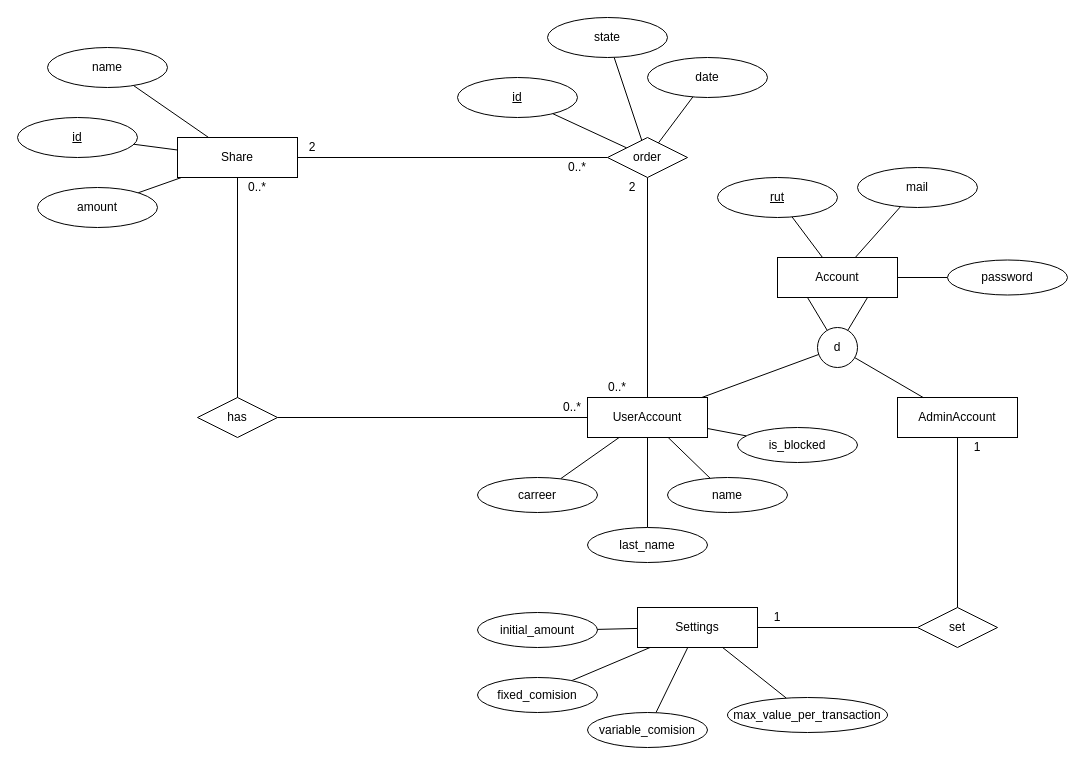
Above: Diagramas/MER.drawio in Michea1023/ucn_share_market (draw.io), before the change. Source tidied: cells renumbered, new cells numbered last; positions are measured from the earlier drawing's top-left corner, leaving out a move shared by most shapes. Both pictures are drawn from the tidied source at 100%, with x=0, y=0 at pixel (17, 17).
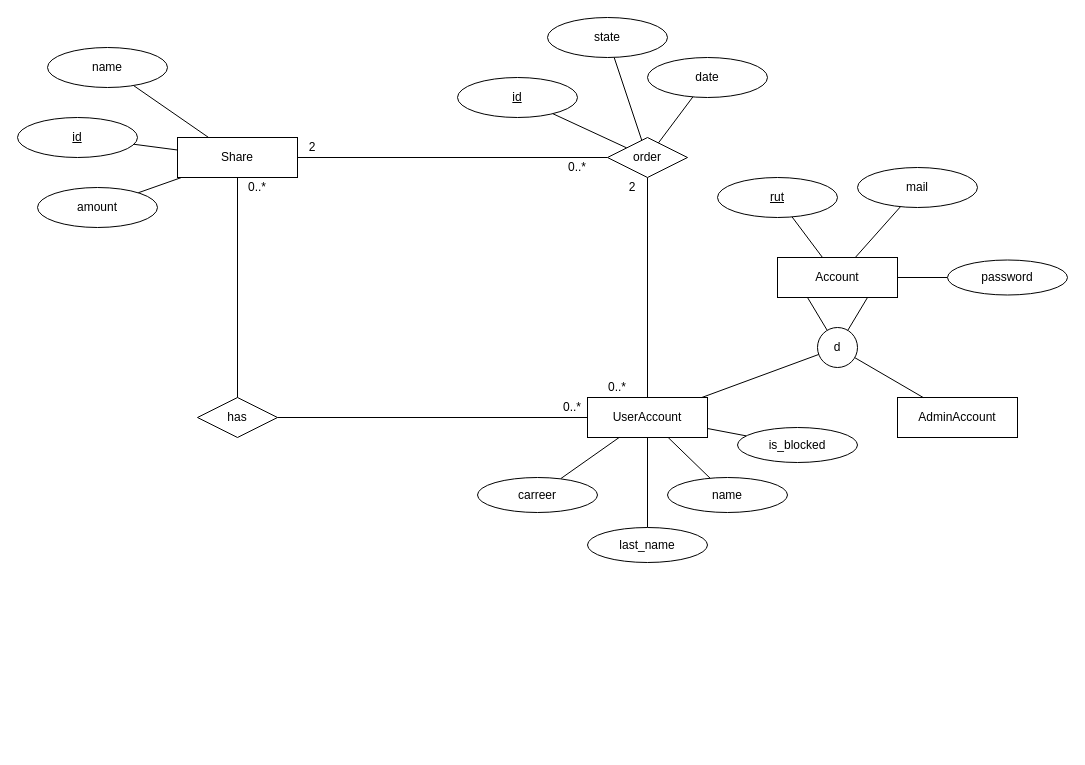
Above is the later version.

Commit message:
mer nuevo

The change refers to these unchanged cells:
```xml
<mxCell id="3" value="AdminAccount" style="rounded=0;whiteSpace=wrap;html=1;" parent="1" vertex="1">
  <mxGeometry x="880" y="380" width="120" height="40" as="geometry" />
</mxCell>
```

The edit, as a diff of the source:
```diff
@@
-    <mxCell id="32" style="edgeStyle=none;rounded=0;jettySize=auto;html=1;endArrow=none;endFill=0;" parent="1" edge="1" source="33" target="45">
-      <mxGeometry relative="1" as="geometry" />
-    </mxCell>
-    <mxCell id="33" value="Settings" style="rounded=0;whiteSpace=wrap;html=1;" parent="1" vertex="1">
-      <mxGeometry x="620" y="590" width="120" height="40" as="geometry" />
-    </mxCell>
-    <mxCell id="34" style="edgeStyle=none;rounded=0;jettySize=auto;html=1;endArrow=none;endFill=0;" parent="1" edge="1" source="35" target="33">
-      <mxGeometry relative="1" as="geometry" />
-    </mxCell>
-    <mxCell id="35" value="initial_amount" style="ellipse;whiteSpace=wrap;html=1;" parent="1" vertex="1">
-      <mxGeometry x="460" y="595" width="120" height="35" as="geometry" />
-    </mxCell>
-    <mxCell id="36" style="edgeStyle=none;rounded=0;jettySize=auto;html=1;endArrow=none;endFill=0;" parent="1" edge="1" source="37" target="33">
-      <mxGeometry relative="1" as="geometry" />
-    </mxCell>
-    <mxCell id="37" value="fixed_comision" style="ellipse;whiteSpace=wrap;html=1;" parent="1" vertex="1">
-      <mxGeometry x="460" y="660" width="120" height="35" as="geometry" />
-    </mxCell>
-    <mxCell id="38" style="edgeStyle=none;rounded=0;jettySize=auto;html=1;endArrow=none;endFill=0;" parent="1" edge="1" source="39" target="33">
-      <mxGeometry relative="1" as="geometry" />
-    </mxCell>
-    <mxCell id="39" value="variable_comision" style="ellipse;whiteSpace=wrap;html=1;" parent="1" vertex="1">
-      <mxGeometry x="570" y="695" width="120" height="35" as="geometry" />
-    </mxCell>
-    <mxCell id="40" style="edgeStyle=none;rounded=0;jettySize=auto;html=1;endArrow=none;endFill=0;" parent="1" edge="1" source="41" target="33">
-      <mxGeometry relative="1" as="geometry" />
-    </mxCell>
-    <mxCell id="41" value="max_value_per_transaction&lt;br&gt;" style="ellipse;whiteSpace=wrap;html=1;gradientColor=none;" parent="1" vertex="1">
-      <mxGeometry x="710" y="680" width="160" height="35" as="geometry" />
-    </mxCell>
@@
-    <mxCell id="44" style="edgeStyle=none;rounded=0;jettySize=auto;html=1;endArrow=none;endFill=0;" parent="1" edge="1" source="45" target="3">
-      <mxGeometry relative="1" as="geometry" />
-    </mxCell>
-    <mxCell id="45" value="set" style="rhombus;whiteSpace=wrap;html=1;" parent="1" vertex="1">
-      <mxGeometry x="900" y="590" width="80" height="40" as="geometry" />
-    </mxCell>
@@
-    <mxCell id="62" value="1" style="text;html=1;strokeColor=none;fillColor=none;align=center;verticalAlign=middle;whiteSpace=wrap;rounded=0;" parent="1" vertex="1">
-      <mxGeometry x="740" y="590" width="40" height="20" as="geometry" />
-    </mxCell>
-    <mxCell id="63" value="1" style="text;html=1;strokeColor=none;fillColor=none;align=center;verticalAlign=middle;whiteSpace=wrap;rounded=0;" parent="1" vertex="1">
-      <mxGeometry x="940" y="420" width="40" height="20" as="geometry" />
-    </mxCell>
```
